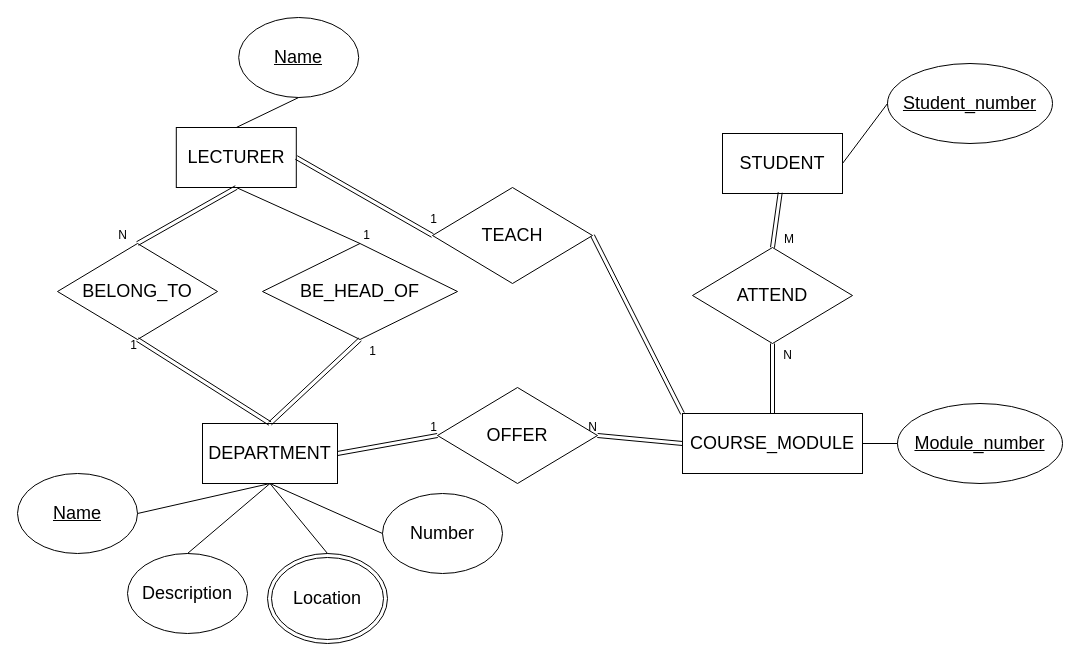
Before: erd-university.drawio in quangmnh/drawio, a draw.io diagram. Source tidied: cells renumbered, new cells numbered last; positions are measured from the earlier drawing's top-left corner, leaving out a move shared by most shapes. Both pictures are drawn from the tidied source at 100%, with x=0, y=0 at pixel (17, 17).
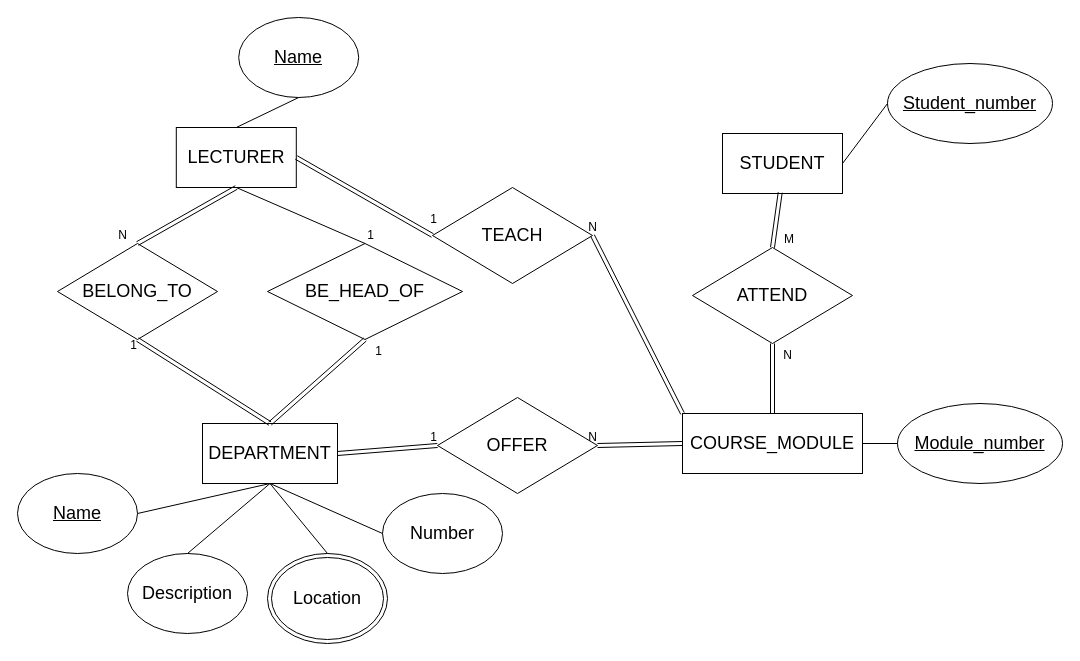
Above is the later version.

The change refers to these unchanged cells:
```xml
<mxCell id="27" value="&lt;font style=&quot;font-size: 18px&quot;&gt;COURSE_MODULE&lt;/font&gt;" style="rounded=0;whiteSpace=wrap;html=1;" parent="1" vertex="1">
  <mxGeometry x="665" y="396" width="180" height="60" as="geometry" />
</mxCell>
<mxCell id="28" value="&lt;font style=&quot;font-size: 18px&quot;&gt;TEACH&lt;/font&gt;" style="rhombus;whiteSpace=wrap;html=1;" parent="1" vertex="1">
  <mxGeometry x="415" y="170" width="160" height="96" as="geometry" />
</mxCell>
```

Change to the diagram source:
```diff
@@
     <mxCell id="22" value="&lt;font style=&quot;font-size: 18px&quot;&gt;BE_HEAD_OF&lt;/font&gt;" style="rhombus;whiteSpace=wrap;html=1;" parent="1" vertex="1">
-      <mxGeometry x="245" y="226" width="195" height="96" as="geometry" />
+      <mxGeometry x="250" y="226" width="195" height="96" as="geometry" />
     </mxCell>
@@
     <mxCell id="33" value="&lt;font style=&quot;font-size: 18px&quot;&gt;OFFER&lt;/font&gt;" style="rhombus;whiteSpace=wrap;html=1;" parent="1" vertex="1">
-      <mxGeometry x="420" y="370" width="160" height="96" as="geometry" />
+      <mxGeometry x="420" y="380" width="160" height="96" as="geometry" />
     </mxCell>
@@
-    <mxCell id="37" style="shape=link;html=1;rounded=0;exitX=0;exitY=0;exitDx=0;exitDy=0;entryX=1;entryY=0.5;entryDx=0;entryDy=0;" parent="1" edge="1" source="27" target="28">
-      <mxGeometry relative="1" as="geometry" />
-    </mxCell>
@@
+    <mxCell id="37" style="shape=link;html=1;rounded=0;exitX=0;exitY=0;exitDx=0;exitDy=0;entryX=1;entryY=0.5;entryDx=0;entryDy=0;" parent="1" edge="1" source="27" target="28">
+      <mxGeometry relative="1" as="geometry" />
+    </mxCell>
+    <mxCell id="44" value="N" style="html=1;align=right;verticalAlign=bottom;" parent="37" vertex="1">
+      <mxGeometry x="1" relative="1" as="geometry">
+        <mxPoint x="5" as="offset" />
+      </mxGeometry>
+    </mxCell>
```
